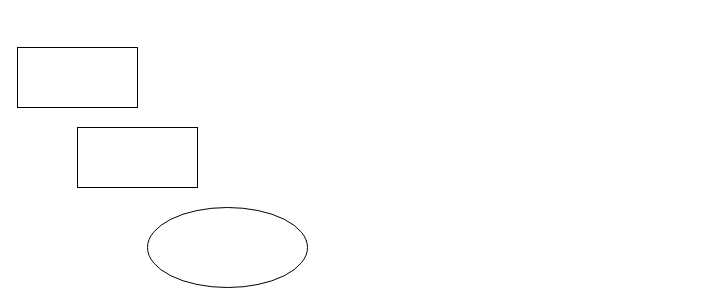
Earlier version of the draw.io diagram 问题库级数问题.drawio (jasonTong1/diagram). Source tidied: cells renumbered, new cells numbered last; positions are measured from the earlier drawing's top-left corner, leaving out a move shared by most shapes. Both pictures are drawn from the tidied source at 100%, with x=0, y=0 at pixel (17, 47).
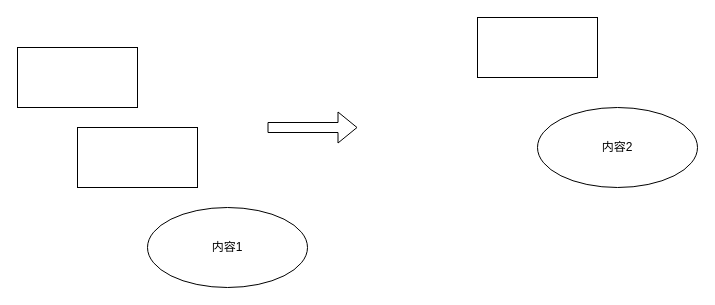
After the change.

Commit message (it also covers changes not shown here):
更新问题库级数问题.drawio

What changed in the source:
```diff
@@
 <mxGraphModel>
   <root>
     <mxCell id="0" />
     <mxCell id="1" parent="0" />
     <mxCell id="2" style="rounded=0;whiteSpace=wrap;html=1;" parent="1" vertex="1">
       <mxGeometry width="120" height="60" as="geometry" />
     </mxCell>
     <mxCell id="3" style="rounded=0;whiteSpace=wrap;html=1;" parent="1" vertex="1">
       <mxGeometry x="60" y="80" width="120" height="60" as="geometry" />
     </mxCell>
-    <mxCell id="4" style="ellipse;whiteSpace=wrap;html=1;" parent="1" vertex="1">
+    <mxCell id="4" value="内容1" style="ellipse;whiteSpace=wrap;html=1;" parent="1" vertex="1">
       <mxGeometry x="130" y="160" width="160" height="80" as="geometry" />
     </mxCell>
+    <mxCell id="5" style="rounded=0;whiteSpace=wrap;html=1;" parent="1" vertex="1">
+      <mxGeometry x="460" y="-30" width="120" height="60" as="geometry" />
+    </mxCell>
+    <mxCell id="6" value="内容2" style="ellipse;whiteSpace=wrap;html=1;" parent="1" vertex="1">
+      <mxGeometry x="520" y="60" width="160" height="80" as="geometry" />
+    </mxCell>
+    <mxCell id="7" style="shape=flexArrow;endArrow=classic;html=1;rounded=0;" parent="1" edge="1">
+      <mxGeometry relative="1" as="geometry">
+        <mxPoint x="250" y="80" as="sourcePoint" />
+        <mxPoint x="340" y="80" as="targetPoint" />
+      </mxGeometry>
+    </mxCell>
   </root>
 </mxGraphModel>
```
